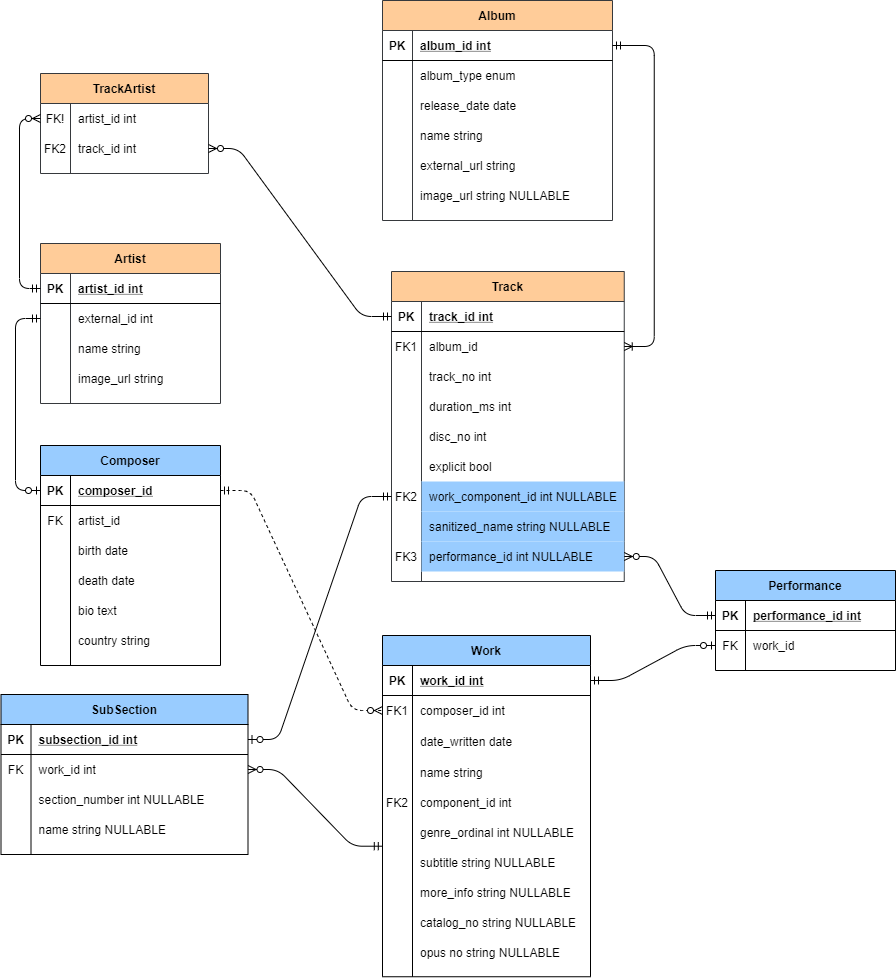
This is docs/spotify_opus_erd.png from james-menzies/spotify_opus, a draw.io export, as it was before one commit. Source tidied: cells renumbered, new cells last; positions are measured from the earlier drawing's top-left corner, leaving out a move shared by most shapes.
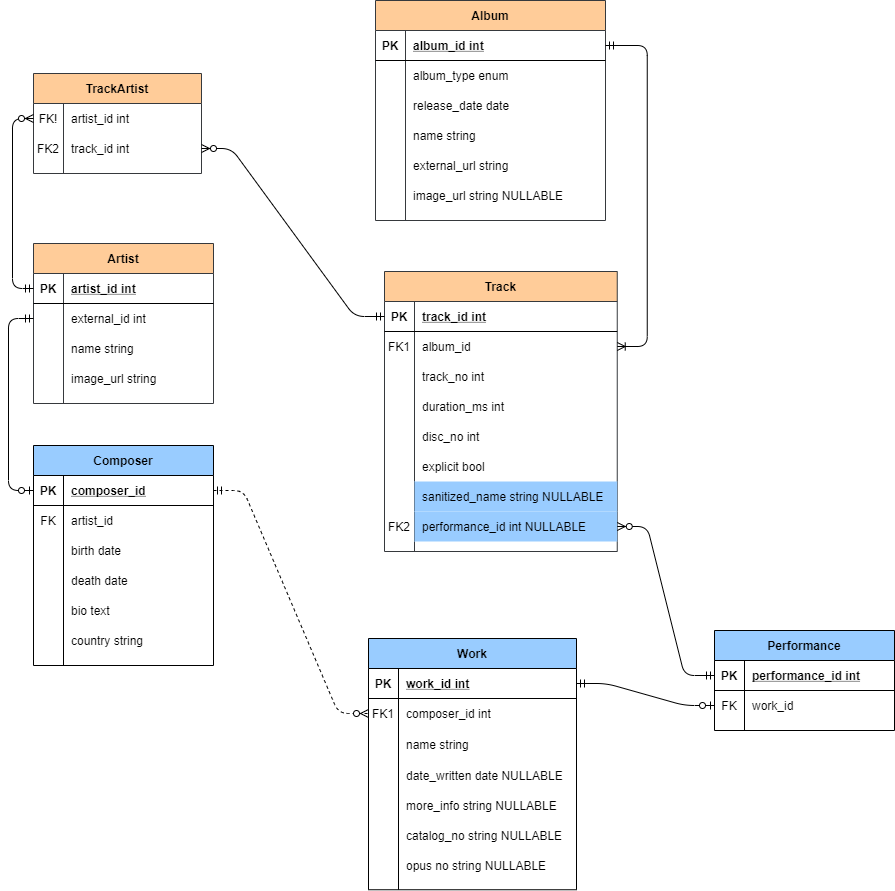
The same diagram one commit later.

Commit message:
another ERD simplification

Diff of the diagram source:
```diff
@@ -3,7 +3,7 @@
     <mxCell id="0" />
     <mxCell id="1" parent="0" />
     <mxCell id="2" value="Track" style="shape=table;startSize=30;rowLines=0;fontStyle=1;align=center;labelBackgroundColor=#ffcc99;fillColor=#ffcc99;strokeColor=#36393d;" parent="1" vertex="1">
-      <mxGeometry x="391" y="271" width="232.8" height="310" as="geometry" />
+      <mxGeometry x="391" y="271" width="232.8" height="280" as="geometry" />
     </mxCell>
     <mxCell id="3" style="shape=partialRectangle;fillColor=none;top=0;left=0;bottom=1;right=0;points=[[0,0.5],[1,0.5]];portConstraint=eastwest;labelBackgroundColor=none;" parent="2" vertex="1">
       <mxGeometry y="30" width="232.8" height="30" as="geometry" />
@@ -59,17 +59,8 @@
     <mxCell id="20" value="explicit bool" style="shape=partialRectangle;fillColor=none;top=0;left=0;bottom=0;right=0;align=left;spacingLeft=6;overflow=hidden;labelBackgroundColor=none;" parent="18" vertex="1">
       <mxGeometry x="30" width="202.8" height="30" as="geometry" />
     </mxCell>
-    <mxCell id="21" style="shape=partialRectangle;top=0;left=0;bottom=0;right=0;points=[[0,0.5],[1,0.5]];portConstraint=eastwest;labelBackgroundColor=none;fillColor=none;" parent="2" vertex="1">
-      <mxGeometry y="210" width="232.8" height="30" as="geometry" />
-    </mxCell>
-    <mxCell id="22" value="FK2" style="shape=partialRectangle;fillColor=none;top=0;left=0;bottom=0;right=0;overflow=hidden;labelBackgroundColor=none;" parent="21" vertex="1">
-      <mxGeometry width="30" height="30" as="geometry" />
-    </mxCell>
-    <mxCell id="23" value="work_component_id int NULLABLE" style="shape=partialRectangle;top=0;left=0;bottom=0;right=0;align=left;spacingLeft=6;overflow=hidden;labelBackgroundColor=none;fillColor=#99CCFF;" parent="21" vertex="1">
-      <mxGeometry x="30" width="202.8" height="30" as="geometry" />
-    </mxCell>
     <mxCell id="24" style="shape=partialRectangle;top=0;left=0;bottom=0;right=0;labelBackgroundColor=none;fillColor=none;" parent="2" vertex="1">
-      <mxGeometry y="240" width="232.8" height="30" as="geometry" />
+      <mxGeometry y="210" width="232.8" height="30" as="geometry" />
     </mxCell>
     <mxCell id="25" style="shape=partialRectangle;fillColor=none;top=0;left=0;bottom=0;right=0;overflow=hidden;labelBackgroundColor=none;" parent="24" vertex="1">
       <mxGeometry width="30" height="30" as="geometry" />
@@ -78,9 +69,9 @@
       <mxGeometry x="30" width="202.8" height="30" as="geometry" />
     </mxCell>
     <mxCell id="27" style="shape=partialRectangle;top=0;left=0;bottom=0;right=0;points=[[0,0.5],[1,0.5]];portConstraint=eastwest;labelBackgroundColor=none;fillColor=none;" parent="2" vertex="1">
-      <mxGeometry y="270" width="232.8" height="30" as="geometry" />
+      <mxGeometry y="240" width="232.8" height="30" as="geometry" />
     </mxCell>
-    <mxCell id="28" value="FK3" style="shape=partialRectangle;fillColor=none;top=0;left=0;bottom=0;right=0;overflow=hidden;labelBackgroundColor=none;" parent="27" vertex="1">
+    <mxCell id="28" value="FK2" style="shape=partialRectangle;fillColor=none;top=0;left=0;bottom=0;right=0;overflow=hidden;labelBackgroundColor=none;" parent="27" vertex="1">
       <mxGeometry width="30" height="30" as="geometry" />
     </mxCell>
     <mxCell id="29" value="performance_id int NULLABLE" style="shape=partialRectangle;top=0;left=0;bottom=0;right=0;align=left;spacingLeft=6;overflow=hidden;labelBackgroundColor=none;fillColor=#99CCFF;" parent="27" vertex="1">
@@ -204,7 +195,7 @@
       <mxGeometry x="30" width="138" height="30" as="geometry" />
     </mxCell>
     <mxCell id="69" value="Work" style="shape=table;startSize=30;rowLines=0;fontStyle=1;align=center;fillColor=#99CCFF;" parent="1" vertex="1">
-      <mxGeometry x="382" y="635" width="208" height="341.2" as="geometry" />
+      <mxGeometry x="375" y="638" width="208" height="251.2" as="geometry" />
     </mxCell>
     <mxCell id="70" style="shape=partialRectangle;fillColor=none;top=0;left=0;bottom=1;right=0;points=[[0,0.5],[1,0.5]];portConstraint=eastwest;" parent="69" vertex="1">
       <mxGeometry y="30" width="208" height="30" as="geometry" />
@@ -224,53 +215,26 @@
     <mxCell id="75" value="composer_id int" style="shape=partialRectangle;fillColor=none;top=0;left=0;bottom=0;right=0;align=left;spacingLeft=6;overflow=hidden;" parent="73" vertex="1">
       <mxGeometry x="30" width="178" height="30" as="geometry" />
     </mxCell>
+    <mxCell id="79" style="shape=partialRectangle;fillColor=none;top=0;left=0;bottom=0;right=0;" parent="69" vertex="1">
+      <mxGeometry y="90" width="208" height="31" as="geometry" />
+    </mxCell>
+    <mxCell id="80" style="shape=partialRectangle;fillColor=none;top=0;left=0;bottom=0;right=0;overflow=hidden;" parent="79" vertex="1">
+      <mxGeometry width="30" height="31" as="geometry" />
+    </mxCell>
+    <mxCell id="81" value="name string" style="shape=partialRectangle;fillColor=none;top=0;left=0;bottom=0;right=0;align=left;spacingLeft=6;overflow=hidden;" parent="79" vertex="1">
+      <mxGeometry x="30" width="178" height="31" as="geometry" />
+    </mxCell>
     <mxCell id="76" style="shape=partialRectangle;fillColor=none;top=0;left=0;bottom=0;right=0;" parent="69" vertex="1">
-      <mxGeometry y="90" width="208" height="31" as="geometry" />
+      <mxGeometry y="121" width="208" height="31" as="geometry" />
     </mxCell>
     <mxCell id="77" style="shape=partialRectangle;fillColor=none;top=0;left=0;bottom=0;right=0;overflow=hidden;" parent="76" vertex="1">
       <mxGeometry width="30" height="31" as="geometry" />
     </mxCell>
-    <mxCell id="78" value="date_written date" style="shape=partialRectangle;fillColor=none;top=0;left=0;bottom=0;right=0;align=left;spacingLeft=6;overflow=hidden;" parent="76" vertex="1">
+    <mxCell id="78" value="date_written date NULLABLE" style="shape=partialRectangle;fillColor=none;top=0;left=0;bottom=0;right=0;align=left;spacingLeft=6;overflow=hidden;" parent="76" vertex="1">
       <mxGeometry x="30" width="178" height="31" as="geometry" />
     </mxCell>
-    <mxCell id="79" style="shape=partialRectangle;fillColor=none;top=0;left=0;bottom=0;right=0;" parent="69" vertex="1">
-      <mxGeometry y="121" width="208" height="31" as="geometry" />
-    </mxCell>
-    <mxCell id="80" style="shape=partialRectangle;fillColor=none;top=0;left=0;bottom=0;right=0;overflow=hidden;" parent="79" vertex="1">
-      <mxGeometry width="30" height="31" as="geometry" />
-    </mxCell>
-    <mxCell id="81" value="name string" style="shape=partialRectangle;fillColor=none;top=0;left=0;bottom=0;right=0;align=left;spacingLeft=6;overflow=hidden;" parent="79" vertex="1">
-      <mxGeometry x="30" width="178" height="31" as="geometry" />
-    </mxCell>
-    <mxCell id="82" style="shape=partialRectangle;fillColor=none;top=0;left=0;bottom=0;right=0;" parent="69" vertex="1">
-      <mxGeometry y="152" width="208" height="30" as="geometry" />
-    </mxCell>
-    <mxCell id="83" value="FK2" style="shape=partialRectangle;fillColor=none;top=0;left=0;bottom=0;right=0;overflow=hidden;" parent="82" vertex="1">
-      <mxGeometry width="30" height="30" as="geometry" />
-    </mxCell>
-    <mxCell id="84" value="component_id int" style="shape=partialRectangle;fillColor=none;top=0;left=0;bottom=0;right=0;align=left;spacingLeft=6;overflow=hidden;" parent="82" vertex="1">
-      <mxGeometry x="30" width="178" height="30" as="geometry" />
-    </mxCell>
-    <mxCell id="85" style="shape=partialRectangle;fillColor=none;top=0;left=0;bottom=0;right=0;" parent="69" vertex="1">
-      <mxGeometry y="182" width="208" height="30" as="geometry" />
-    </mxCell>
-    <mxCell id="86" style="shape=partialRectangle;fillColor=none;top=0;left=0;bottom=0;right=0;overflow=hidden;" parent="85" vertex="1">
-      <mxGeometry width="30" height="30" as="geometry" />
-    </mxCell>
-    <mxCell id="87" value="genre_ordinal int NULLABLE" style="shape=partialRectangle;fillColor=none;top=0;left=0;bottom=0;right=0;align=left;spacingLeft=6;overflow=hidden;" parent="85" vertex="1">
-      <mxGeometry x="30" width="178" height="30" as="geometry" />
-    </mxCell>
-    <mxCell id="88" style="shape=partialRectangle;fillColor=none;top=0;left=0;bottom=0;right=0;points=[[0,0.5],[1,0.5]];portConstraint=eastwest;" parent="69" vertex="1">
-      <mxGeometry y="212" width="208" height="30" as="geometry" />
-    </mxCell>
-    <mxCell id="89" style="shape=partialRectangle;fillColor=none;top=0;left=0;bottom=0;right=0;overflow=hidden;" parent="88" vertex="1">
-      <mxGeometry width="30" height="30" as="geometry" />
-    </mxCell>
-    <mxCell id="90" value="subtitle string NULLABLE" style="shape=partialRectangle;fillColor=none;top=0;left=0;bottom=0;right=0;align=left;spacingLeft=6;overflow=hidden;" parent="88" vertex="1">
-      <mxGeometry x="30" width="178" height="30" as="geometry" />
-    </mxCell>
     <mxCell id="91" style="shape=partialRectangle;fillColor=none;top=0;left=0;bottom=0;right=0;" parent="69" vertex="1">
-      <mxGeometry y="242" width="208" height="30" as="geometry" />
+      <mxGeometry y="152" width="208" height="30" as="geometry" />
     </mxCell>
     <mxCell id="92" style="shape=partialRectangle;fillColor=none;top=0;left=0;bottom=0;right=0;overflow=hidden;" parent="91" vertex="1">
       <mxGeometry width="30" height="30" as="geometry" />
@@ -279,7 +243,7 @@
       <mxGeometry x="30" width="178" height="30" as="geometry" />
     </mxCell>
     <mxCell id="94" style="shape=partialRectangle;fillColor=none;top=0;left=0;bottom=0;right=0;" parent="69" vertex="1">
-      <mxGeometry y="272" width="208" height="30" as="geometry" />
+      <mxGeometry y="182" width="208" height="30" as="geometry" />
     </mxCell>
     <mxCell id="95" style="shape=partialRectangle;fillColor=none;top=0;left=0;bottom=0;right=0;overflow=hidden;" parent="94" vertex="1">
       <mxGeometry width="30" height="30" as="geometry" />
@@ -288,7 +252,7 @@
       <mxGeometry x="30" width="178" height="30" as="geometry" />
     </mxCell>
     <mxCell id="97" style="shape=partialRectangle;fillColor=none;top=0;left=0;bottom=0;right=0;" parent="69" vertex="1">
-      <mxGeometry y="302" width="208" height="30" as="geometry" />
+      <mxGeometry y="212" width="208" height="30" as="geometry" />
     </mxCell>
     <mxCell id="98" style="shape=partialRectangle;fillColor=none;top=0;left=0;bottom=0;right=0;overflow=hidden;" parent="97" vertex="1">
       <mxGeometry width="30" height="30" as="geometry" />
@@ -299,51 +263,6 @@
     <mxCell id="100" style="edgeStyle=entityRelationEdgeStyle;fontSize=12;html=1;endArrow=ERzeroToMany;startArrow=ERmandOne;entryX=0;entryY=0.5;entryDx=0;entryDy=0;exitX=1;exitY=0.5;exitDx=0;exitDy=0;noLabel=1;fontColor=none;labelBorderColor=none;labelBackgroundColor=none;dashed=1;endFill=1;" parent="1" edge="1" source="117" target="73">
       <mxGeometry relative="1" as="geometry" />
     </mxCell>
-    <mxCell id="101" style="edgeStyle=entityRelationEdgeStyle;fontSize=12;html=1;endArrow=ERzeroToMany;startArrow=ERmandOne;exitX=-0.001;exitY=-0.043;exitDx=0;exitDy=0;exitPerimeter=0;entryX=1;entryY=0.5;entryDx=0;entryDy=0;" parent="1" edge="1" source="88" target="106">
-      <mxGeometry relative="1" as="geometry" />
-    </mxCell>
-    <mxCell id="102" value="SubSection" style="shape=table;startSize=30;rowLines=0;fontStyle=1;align=center;fillColor=#99CCFF;" parent="1" vertex="1">
-      <mxGeometry x="0.5" y="694" width="247" height="160" as="geometry" />
-    </mxCell>
-    <mxCell id="103" style="shape=partialRectangle;fillColor=none;top=0;left=0;bottom=1;right=0;points=[[0,0.5],[1,0.5]];portConstraint=eastwest;" parent="102" vertex="1">
-      <mxGeometry y="30" width="247" height="30" as="geometry" />
-    </mxCell>
-    <mxCell id="104" value="PK" style="shape=partialRectangle;fillColor=none;top=0;left=0;bottom=0;right=0;fontStyle=1;overflow=hidden;" parent="103" vertex="1">
-      <mxGeometry width="30" height="30" as="geometry" />
-    </mxCell>
-    <mxCell id="105" value="subsection_id int" style="shape=partialRectangle;fillColor=none;top=0;left=0;bottom=0;right=0;align=left;spacingLeft=6;fontStyle=5;overflow=hidden;" parent="103" vertex="1">
-      <mxGeometry x="30" width="217" height="30" as="geometry" />
-    </mxCell>
-    <mxCell id="106" style="shape=partialRectangle;fillColor=none;top=0;left=0;bottom=0;right=0;points=[[0,0.5],[1,0.5]];portConstraint=eastwest;" parent="102" vertex="1">
-      <mxGeometry y="60" width="247" height="30" as="geometry" />
-    </mxCell>
-    <mxCell id="107" value="FK" style="shape=partialRectangle;fillColor=none;top=0;left=0;bottom=0;right=0;overflow=hidden;" parent="106" vertex="1">
-      <mxGeometry width="30" height="30" as="geometry" />
-    </mxCell>
-    <mxCell id="108" value="work_id int" style="shape=partialRectangle;fillColor=none;top=0;left=0;bottom=0;right=0;align=left;spacingLeft=6;overflow=hidden;" parent="106" vertex="1">
-      <mxGeometry x="30" width="217" height="30" as="geometry" />
-    </mxCell>
-    <mxCell id="109" style="shape=partialRectangle;fillColor=none;top=0;left=0;bottom=0;right=0;" parent="102" vertex="1">
-      <mxGeometry y="90" width="247" height="30" as="geometry" />
-    </mxCell>
-    <mxCell id="110" style="shape=partialRectangle;fillColor=none;top=0;left=0;bottom=0;right=0;overflow=hidden;" parent="109" vertex="1">
-      <mxGeometry width="30" height="30" as="geometry" />
-    </mxCell>
-    <mxCell id="111" value="section_number int NULLABLE" style="shape=partialRectangle;fillColor=none;top=0;left=0;bottom=0;right=0;align=left;spacingLeft=6;overflow=hidden;" parent="109" vertex="1">
-      <mxGeometry x="30" width="217" height="30" as="geometry" />
-    </mxCell>
-    <mxCell id="112" style="shape=partialRectangle;fillColor=none;top=0;left=0;bottom=0;right=0;" parent="102" vertex="1">
-      <mxGeometry y="120" width="247" height="30" as="geometry" />
-    </mxCell>
-    <mxCell id="113" style="shape=partialRectangle;fillColor=none;top=0;left=0;bottom=0;right=0;overflow=hidden;" parent="112" vertex="1">
-      <mxGeometry width="30" height="30" as="geometry" />
-    </mxCell>
-    <mxCell id="114" value="name string NULLABLE" style="shape=partialRectangle;fillColor=none;top=0;left=0;bottom=0;right=0;align=left;spacingLeft=6;overflow=hidden;" parent="112" vertex="1">
-      <mxGeometry x="30" width="217" height="30" as="geometry" />
-    </mxCell>
-    <mxCell id="115" style="edgeStyle=entityRelationEdgeStyle;fontSize=12;html=1;endArrow=ERzeroToOne;startArrow=ERmandOne;exitX=0;exitY=0.5;exitDx=0;exitDy=0;entryX=1;entryY=0.5;entryDx=0;entryDy=0;" parent="1" edge="1" source="21" target="103">
-      <mxGeometry relative="1" as="geometry" />
-    </mxCell>
     <mxCell id="116" value="Composer" style="shape=table;startSize=30;rowLines=0;fontStyle=1;align=center;fillColor=#99CCFF;" parent="1" vertex="1">
       <mxGeometry x="40" y="445" width="180" height="220" as="geometry" />
     </mxCell>
@@ -422,7 +341,7 @@
       <mxGeometry relative="1" as="geometry" />
     </mxCell>
     <mxCell id="139" value="Performance" style="shape=table;startSize=30;rowLines=0;fontStyle=1;align=center;fillColor=#99CCFF;" parent="1" vertex="1">
-      <mxGeometry x="715" y="570" width="180" height="100" as="geometry" />
+      <mxGeometry x="721" y="630" width="180" height="100" as="geometry" />
     </mxCell>
     <mxCell id="140" style="shape=partialRectangle;fillColor=none;top=0;left=0;bottom=1;right=0;points=[[0,0.5],[1,0.5]];portConstraint=eastwest;" parent="139" vertex="1">
       <mxGeometry y="30" width="180" height="30" as="geometry" />
```
